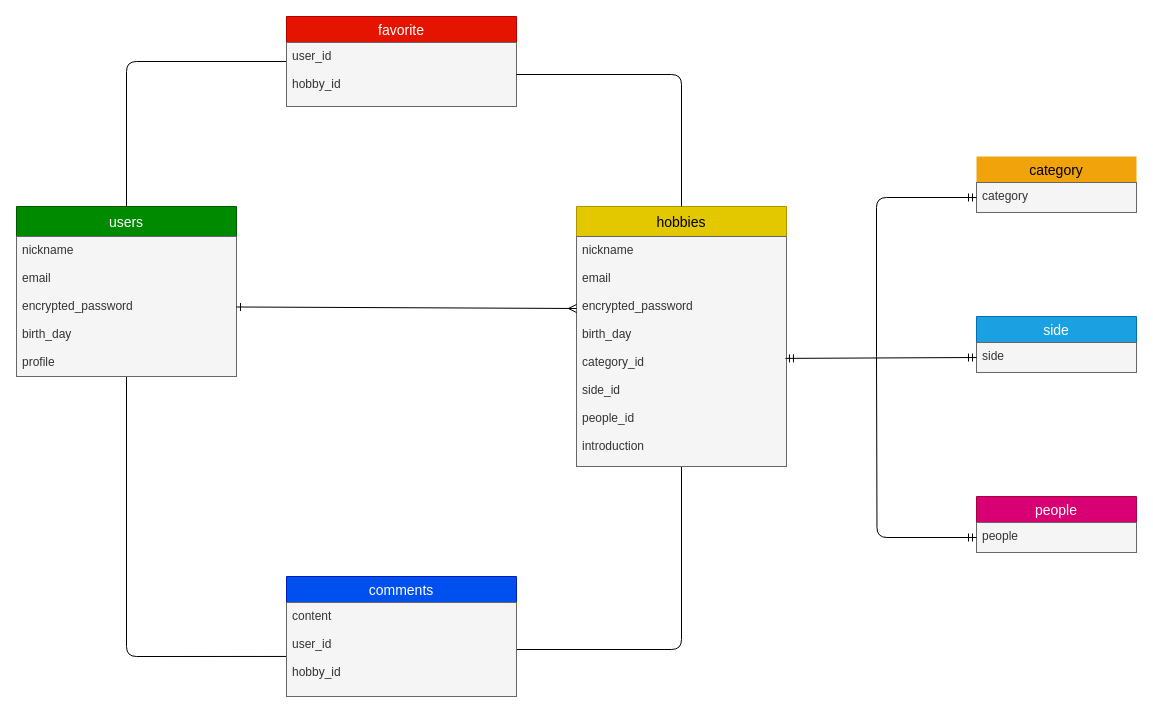
The draw.io diagram ER.dio in TT38294/syumica, before the edit. Source tidied: cells renumbered, new cells numbered last; positions are measured from the earlier drawing's top-left corner, leaving out a move shared by most shapes. Both pictures are drawn from the tidied source at 100%, with x=0, y=0 at pixel (16, 16).
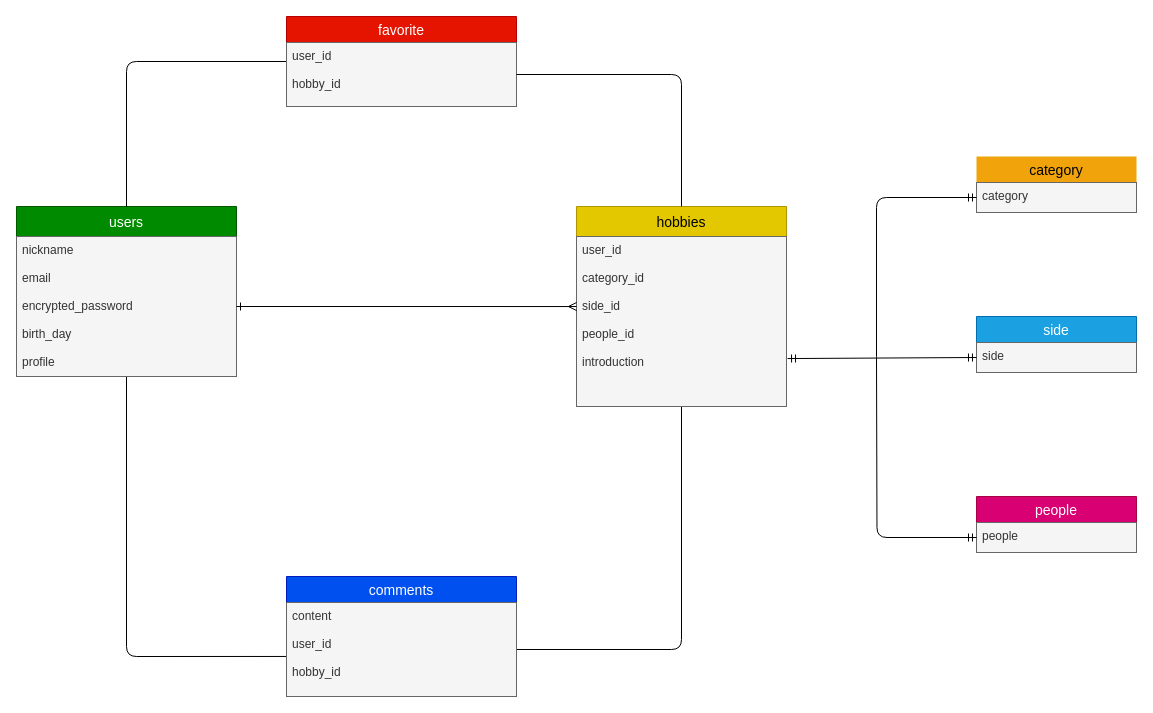
Above is the later version.

The change refers to these unchanged cells:
```xml
<mxCell id="4" value="nickname&#10;&#10;email&#10;&#10;encrypted_password&#10;&#10;birth_day&#10;&#10;profile   " style="text;strokeColor=#666666;fillColor=#f5f5f5;spacingLeft=4;spacingRight=4;overflow=hidden;points=[[0,0.5],[1,0.5]];portConstraint=eastwest;fontSize=12;fontColor=#333333;" parent="3" vertex="1">
  <mxGeometry y="30" width="220" height="140" as="geometry" />
</mxCell>
<mxCell id="14" value="side" style="text;strokeColor=#666666;fillColor=#f5f5f5;spacingLeft=4;spacingRight=4;overflow=hidden;points=[[0,0.5],[1,0.5]];portConstraint=eastwest;fontSize=12;fontColor=#333333;" parent="13" vertex="1">
  <mxGeometry y="26" width="160" height="30" as="geometry" />
</mxCell>
```

Change to the diagram source:
```diff
@@
     <mxCell id="6" value="hobbies" style="swimlane;fontStyle=0;horizontal=1;startSize=30;align=center;fontSize=14;fillColor=#e3c800;fontColor=#000000;strokeColor=#B09500;swimlaneFillColor=default;" parent="1" vertex="1">
-      <mxGeometry x="560" y="190" width="210" height="260" as="geometry" />
+      <mxGeometry x="560" y="190" width="210" height="200" as="geometry" />
     </mxCell>
-    <mxCell id="7" value="nickname&#10;&#10;email&#10;&#10;encrypted_password&#10;&#10;birth_day&#10;&#10;category_id&#10;&#10;side_id&#10;&#10;people_id&#10;&#10;introduction&#10;&#10;&#10;&#10;   " style="text;strokeColor=#666666;fillColor=#f5f5f5;spacingLeft=4;spacingRight=4;overflow=hidden;points=[[0,0.5],[1,0.5]];portConstraint=eastwest;fontSize=12;fontColor=#333333;" parent="6" vertex="1">
-      <mxGeometry y="30" width="210" height="230" as="geometry" />
+    <mxCell id="7" value="user_id&#10;&#10;category_id&#10;&#10;side_id&#10;&#10;people_id&#10;&#10;introduction&#10;&#10;&#10;&#10;   " style="text;strokeColor=#666666;fillColor=#f5f5f5;spacingLeft=4;spacingRight=4;overflow=hidden;points=[[0,0.5],[1,0.5]];portConstraint=eastwest;fontSize=12;fontColor=#333333;" parent="6" vertex="1">
+      <mxGeometry y="30" width="210" height="170" as="geometry" />
     </mxCell>
-    <mxCell id="8" style="edgeStyle=none;html=1;entryX=0;entryY=0.313;entryDx=0;entryDy=0;startArrow=ERone;startFill=0;endArrow=ERmany;endFill=0;entryPerimeter=0;" parent="1" edge="1" source="4" target="7">
+    <mxCell id="8" style="edgeStyle=none;html=1;entryX=0;entryY=0.412;entryDx=0;entryDy=0;startArrow=ERone;startFill=0;endArrow=ERmany;endFill=0;entryPerimeter=0;" parent="1" edge="1" source="4" target="7">
       <mxGeometry relative="1" as="geometry" />
     </mxCell>
@@
-    <mxCell id="18" style="html=1;exitX=0;exitY=0.5;exitDx=0;exitDy=0;entryX=0.995;entryY=0.53;entryDx=0;entryDy=0;startArrow=ERmandOne;startFill=0;endArrow=ERmandOne;endFill=0;entryPerimeter=0;" parent="1" edge="1" source="14" target="7">
+    <mxCell id="18" style="html=1;exitX=0;exitY=0.5;exitDx=0;exitDy=0;entryX=1.005;entryY=0.718;entryDx=0;entryDy=0;startArrow=ERmandOne;startFill=0;endArrow=ERmandOne;endFill=0;entryPerimeter=0;" parent="1" edge="1" source="14" target="7">
       <mxGeometry relative="1" as="geometry" />
     </mxCell>
```
